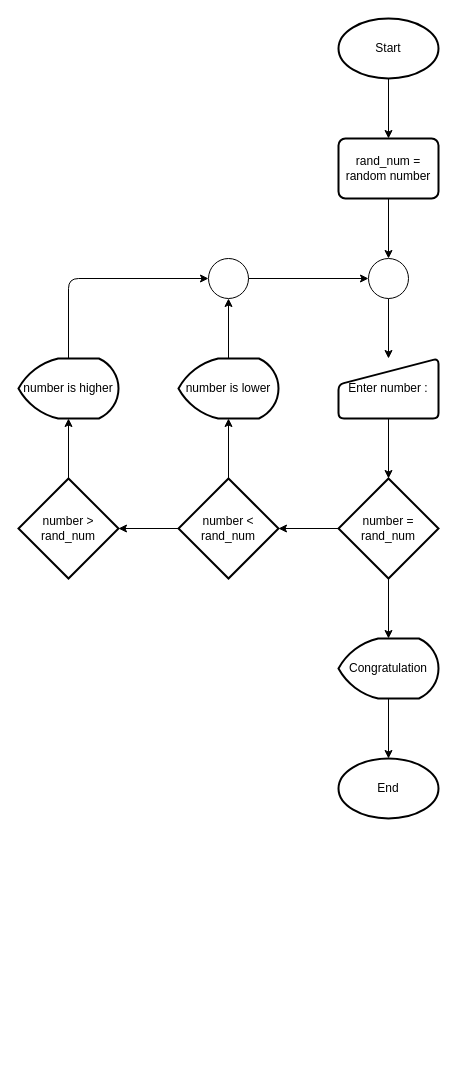
Before: guessing_number.drawio in TawanBBT02/Problem-solving, a draw.io diagram. Source tidied: cells renumbered, new cells numbered last; positions are measured from the earlier drawing's top-left corner, leaving out a move shared by most shapes. Both pictures are drawn from the tidied source at 100%, with x=0, y=0 at pixel (18, 18).
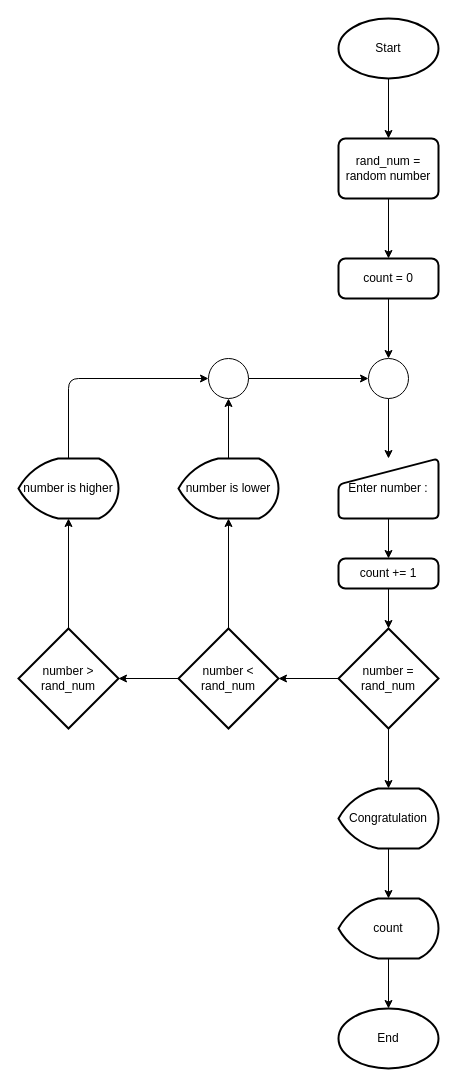
The same diagram, later.

The change refers to these unchanged cells:
```xml
<mxCell id="5" value="rand_num = random number" style="rounded=1;whiteSpace=wrap;html=1;absoluteArcSize=1;arcSize=14;strokeWidth=2;" parent="1" vertex="1">
  <mxGeometry x="320" y="120" width="100" height="60" as="geometry" />
</mxCell>
```

Diff of the diagram source:
```diff
@@
-    <mxCell id="4" style="edgeStyle=none;html=1;" parent="1" edge="1" source="5" target="23">
-      <mxGeometry relative="1" as="geometry" />
-    </mxCell>
+    <mxCell id="27" style="edgeStyle=none;html=1;" parent="1" edge="1" source="5" target="31">
+      <mxGeometry relative="1" as="geometry" />
+    </mxCell>
@@
-    <mxCell id="6" style="edgeStyle=none;html=1;" parent="1" edge="1" source="7" target="10">
-      <mxGeometry relative="1" as="geometry" />
-    </mxCell>
+    <mxCell id="28" style="edgeStyle=none;html=1;" parent="1" edge="1" source="7" target="33">
+      <mxGeometry relative="1" as="geometry" />
+    </mxCell>
     <mxCell id="7" value="Enter number :" style="html=1;strokeWidth=2;shape=manualInput;whiteSpace=wrap;rounded=1;size=26;arcSize=11;" parent="1" vertex="1">
-      <mxGeometry x="320" y="340" width="100" height="60" as="geometry" />
+      <mxGeometry x="320" y="440" width="100" height="60" as="geometry" />
     </mxCell>
@@
     <mxCell id="10" value="number = rand_num" style="strokeWidth=2;html=1;shape=mxgraph.flowchart.decision;whiteSpace=wrap;" parent="1" vertex="1">
-      <mxGeometry x="320" y="460" width="100" height="100" as="geometry" />
+      <mxGeometry x="320" y="610" width="100" height="100" as="geometry" />
     </mxCell>
@@
     <mxCell id="13" value="number &amp;lt; rand_num" style="strokeWidth=2;html=1;shape=mxgraph.flowchart.decision;whiteSpace=wrap;" parent="1" vertex="1">
-      <mxGeometry x="160" y="460" width="100" height="100" as="geometry" />
+      <mxGeometry x="160" y="610" width="100" height="100" as="geometry" />
     </mxCell>
@@
     <mxCell id="15" value="number is lower" style="strokeWidth=2;html=1;shape=mxgraph.flowchart.display;whiteSpace=wrap;" parent="1" vertex="1">
-      <mxGeometry x="160" y="340" width="100" height="60" as="geometry" />
+      <mxGeometry x="160" y="440" width="100" height="60" as="geometry" />
     </mxCell>
@@
     <mxCell id="17" value="number &amp;gt; rand_num" style="strokeWidth=2;html=1;shape=mxgraph.flowchart.decision;whiteSpace=wrap;" parent="1" vertex="1">
-      <mxGeometry y="460" width="100" height="100" as="geometry" />
+      <mxGeometry y="610" width="100" height="100" as="geometry" />
     </mxCell>
     <mxCell id="18" style="edgeStyle=none;html=1;exitX=0.5;exitY=0;exitDx=0;exitDy=0;exitPerimeter=0;entryX=0;entryY=0.5;entryDx=0;entryDy=0;entryPerimeter=0;" parent="1" edge="1" source="19" target="21">
       <mxGeometry relative="1" as="geometry">
         <Array as="points">
-          <mxPoint x="50" y="260" />
+          <mxPoint x="50" y="360" />
         </Array>
       </mxGeometry>
     </mxCell>
     <mxCell id="19" value="number is higher" style="strokeWidth=2;html=1;shape=mxgraph.flowchart.display;whiteSpace=wrap;" parent="1" vertex="1">
-      <mxGeometry y="340" width="100" height="60" as="geometry" />
+      <mxGeometry y="440" width="100" height="60" as="geometry" />
     </mxCell>
@@
     <mxCell id="21" style="verticalLabelPosition=bottom;verticalAlign=top;html=1;shape=mxgraph.flowchart.on-page_reference;" parent="1" vertex="1">
-      <mxGeometry x="190" y="240" width="40" height="40" as="geometry" />
+      <mxGeometry x="190" y="340" width="40" height="40" as="geometry" />
     </mxCell>
@@
     <mxCell id="23" style="verticalLabelPosition=bottom;verticalAlign=top;html=1;shape=mxgraph.flowchart.on-page_reference;" parent="1" vertex="1">
-      <mxGeometry x="350" y="240" width="40" height="40" as="geometry" />
+      <mxGeometry x="350" y="340" width="40" height="40" as="geometry" />
     </mxCell>
-    <mxCell id="24" style="edgeStyle=none;html=1;" parent="1" edge="1" source="25" target="26">
-      <mxGeometry relative="1" as="geometry" />
-    </mxCell>
+    <mxCell id="29" style="edgeStyle=none;html=1;" parent="1" edge="1" source="25" target="35">
+      <mxGeometry relative="1" as="geometry" />
+    </mxCell>
     <mxCell id="25" value="Congratulation" style="strokeWidth=2;html=1;shape=mxgraph.flowchart.display;whiteSpace=wrap;" parent="1" vertex="1">
-      <mxGeometry x="320" y="620" width="100" height="60" as="geometry" />
+      <mxGeometry x="320" y="770" width="100" height="60" as="geometry" />
     </mxCell>
     <mxCell id="26" value="End" style="strokeWidth=2;html=1;shape=mxgraph.flowchart.start_1;whiteSpace=wrap;" parent="1" vertex="1">
-      <mxGeometry x="320" y="740" width="100" height="60" as="geometry" />
+      <mxGeometry x="320" y="990" width="100" height="60" as="geometry" />
     </mxCell>
+    <mxCell id="30" style="edgeStyle=none;html=1;" parent="1" edge="1" source="31" target="23">
+      <mxGeometry relative="1" as="geometry" />
+    </mxCell>
+    <mxCell id="31" value="count = 0" style="rounded=1;whiteSpace=wrap;html=1;absoluteArcSize=1;arcSize=14;strokeWidth=2;" parent="1" vertex="1">
+      <mxGeometry x="320" y="240" width="100" height="40" as="geometry" />
+    </mxCell>
+    <mxCell id="32" style="edgeStyle=none;html=1;" parent="1" edge="1" source="33" target="10">
+      <mxGeometry relative="1" as="geometry" />
+    </mxCell>
+    <mxCell id="33" value="count += 1" style="rounded=1;whiteSpace=wrap;html=1;absoluteArcSize=1;arcSize=14;strokeWidth=2;" parent="1" vertex="1">
+      <mxGeometry x="320" y="540" width="100" height="30" as="geometry" />
+    </mxCell>
+    <mxCell id="34" style="edgeStyle=none;html=1;" parent="1" edge="1" source="35" target="26">
+      <mxGeometry relative="1" as="geometry" />
+    </mxCell>
+    <mxCell id="35" value="count" style="strokeWidth=2;html=1;shape=mxgraph.flowchart.display;whiteSpace=wrap;" parent="1" vertex="1">
+      <mxGeometry x="320" y="880" width="100" height="60" as="geometry" />
+    </mxCell>
```
